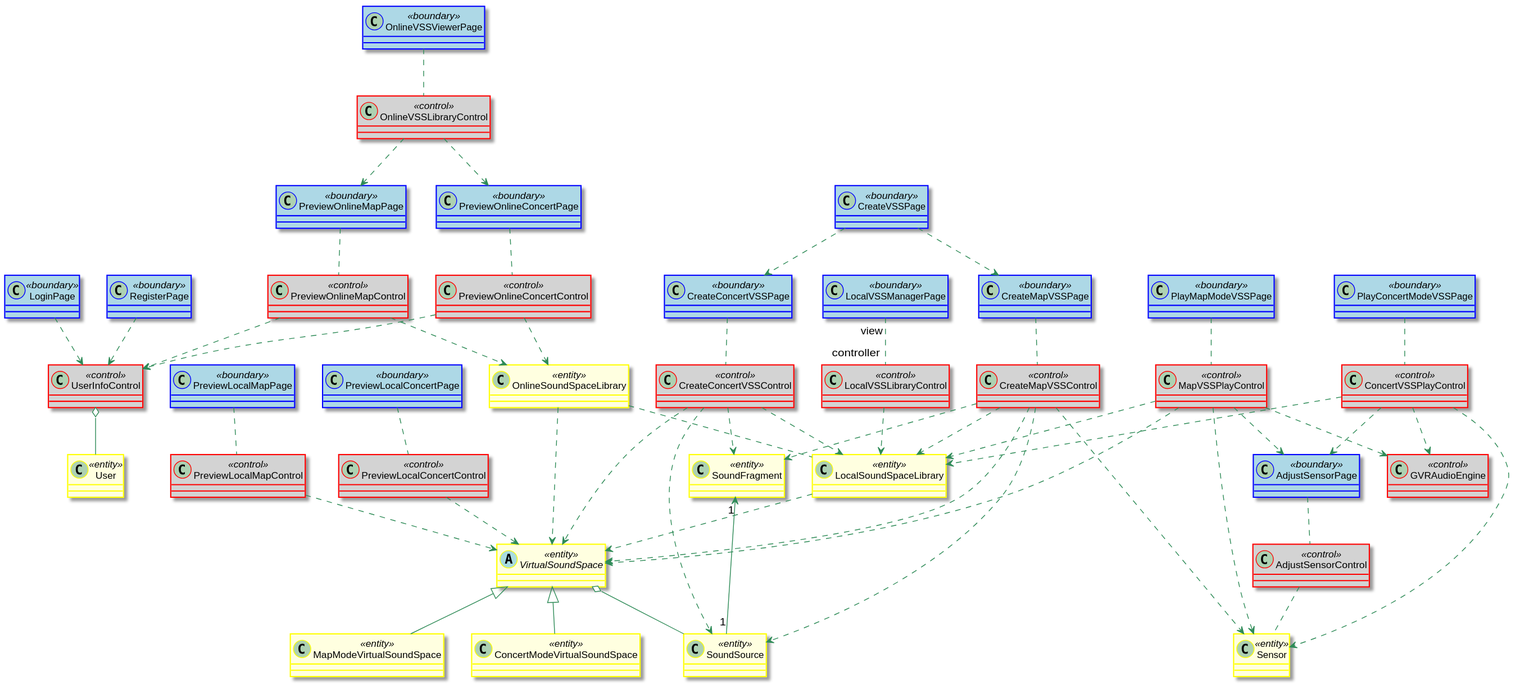
The PlantUML diagram 设计/Diagrams/ClassDiagram.svg in kpp19920121/doc, before a commit.
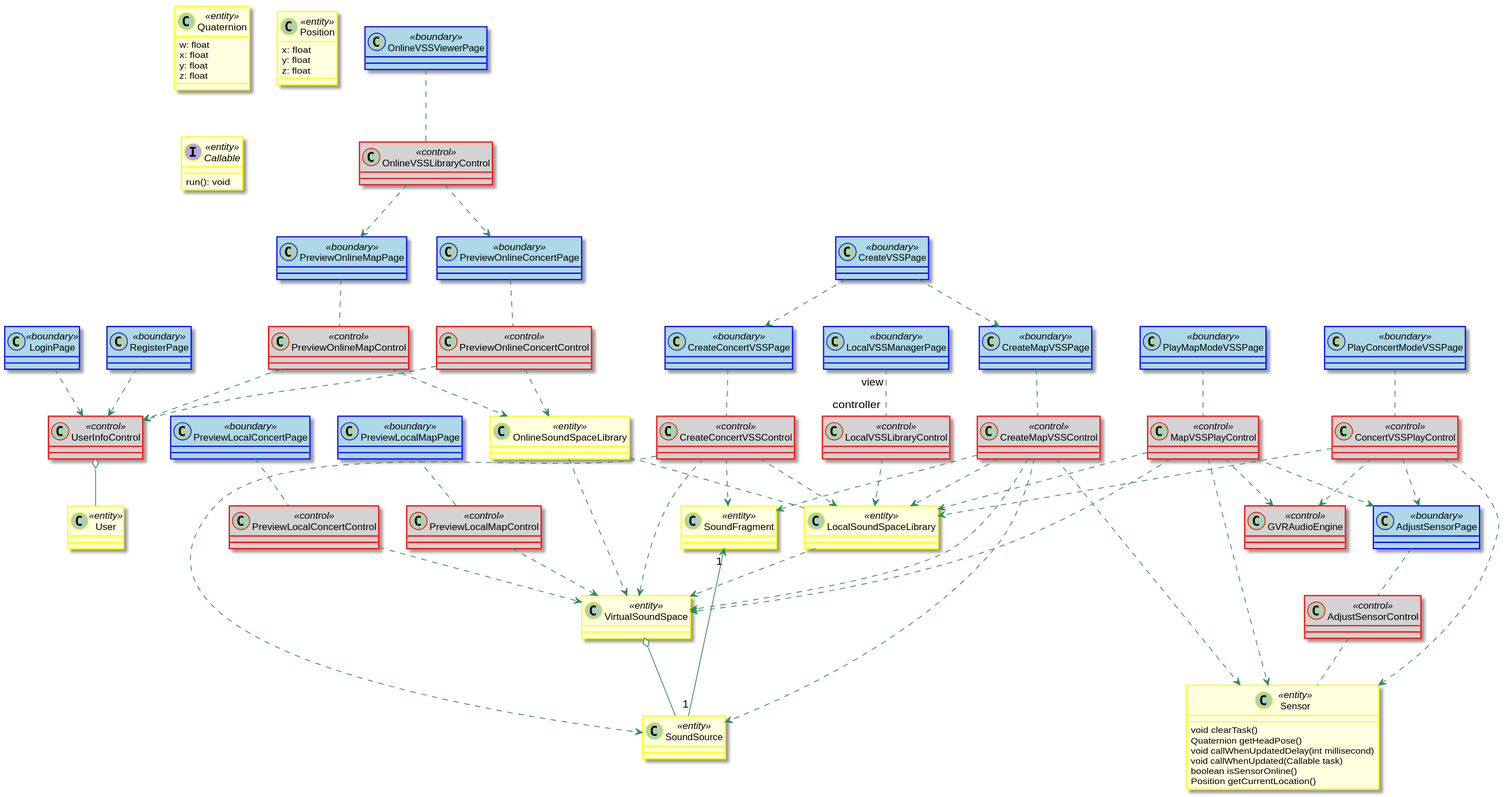
Later version of the same file.

Diff of the diagram source:
```diff
@@ -49,15 +49,14 @@
 
 }
 class Sensor <<entity>> {
-
+	void clearTask()
+	Quaternion getHeadPose()
+	void callWhenUpdatedDelay(int millisecond)
+	void callWhenUpdated(Callable task)
+	boolean isSensorOnline()
+	Position getCurrentLocation()
 }
-class MapModeVirtualSoundSpace <<entity>> {
-
-}
-class ConcertModeVirtualSoundSpace <<entity>> {
-
-}
-abstract VirtualSoundSpace <<entity>> {
+class VirtualSoundSpace <<entity>> {
 
 }
 class SoundSource <<entity>> {
@@ -125,14 +124,30 @@
 }
 
 
+class Quaternion <<entity>> {
+	w: float
+	x: float
+	y: float
+	z: float
+}
+
+class Position <<entity>> {
+	x: float
+	y: float
+	z: float
+}
+
+interface Callable <<entity>> {
+	run(): void
+}
+
+
 UserInfoControl o-- User
 LocalVSSManagerPage "view" .. "controller" LocalVSSLibraryControl
 LocalVSSLibraryControl ..> LocalSoundSpaceLibrary
 CreateMapVSSPage .. CreateMapVSSControl
 CreateMapVSSControl ..> LocalSoundSpaceLibrary
 LocalSoundSpaceLibrary ..> VirtualSoundSpace
-VirtualSoundSpace <|-- ConcertModeVirtualSoundSpace
-VirtualSoundSpace <|-- MapModeVirtualSoundSpace
 LoginPage ..> UserInfoControl
 RegisterPage ..> UserInfoControl
 CreateMapVSSControl ..> Sensor
```
